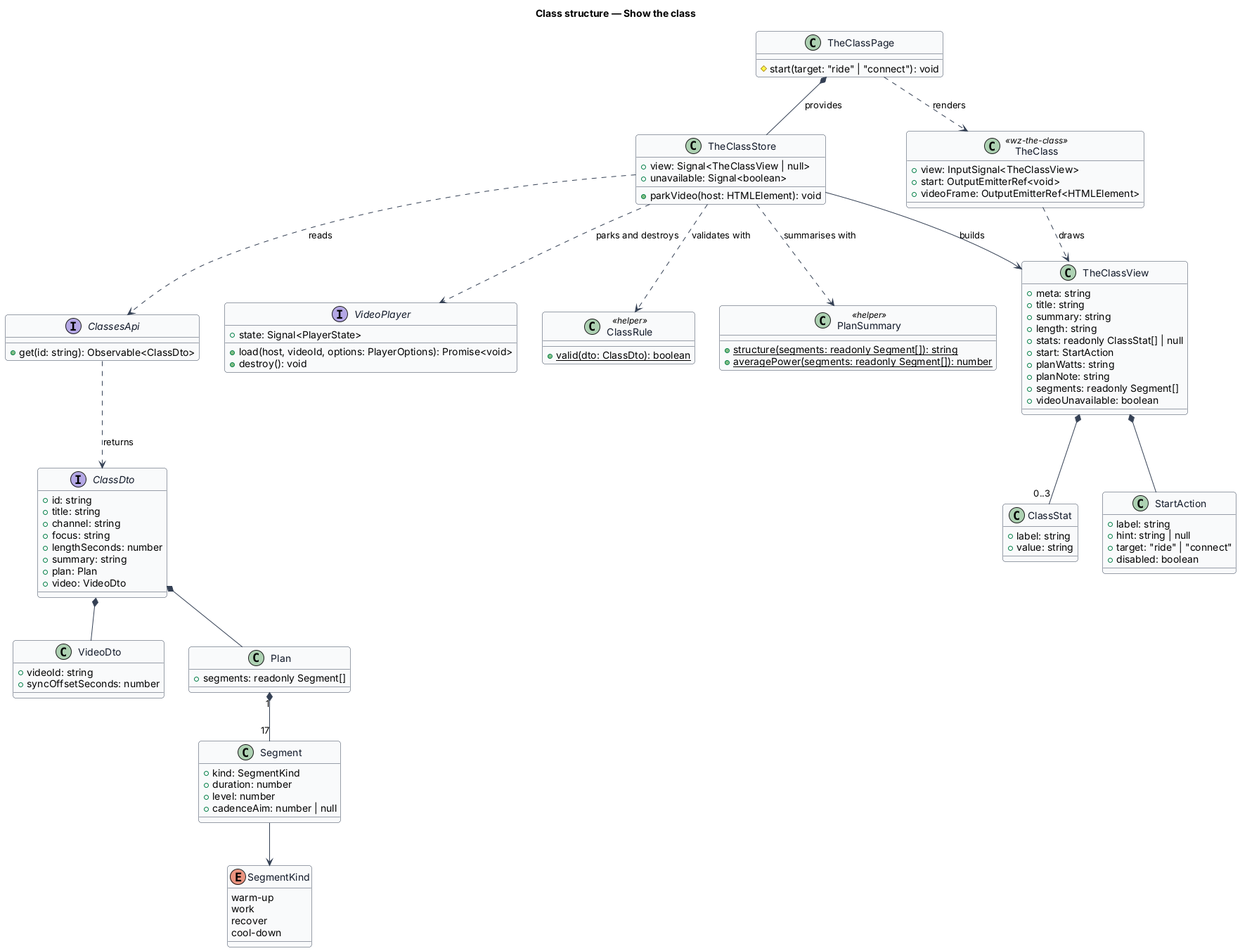
The PlantUML diagram docs/detailed-designs/the-class/show-the-class/diagrams/class-structure.png in QuinntyneBrown/ride-one, before a commit.
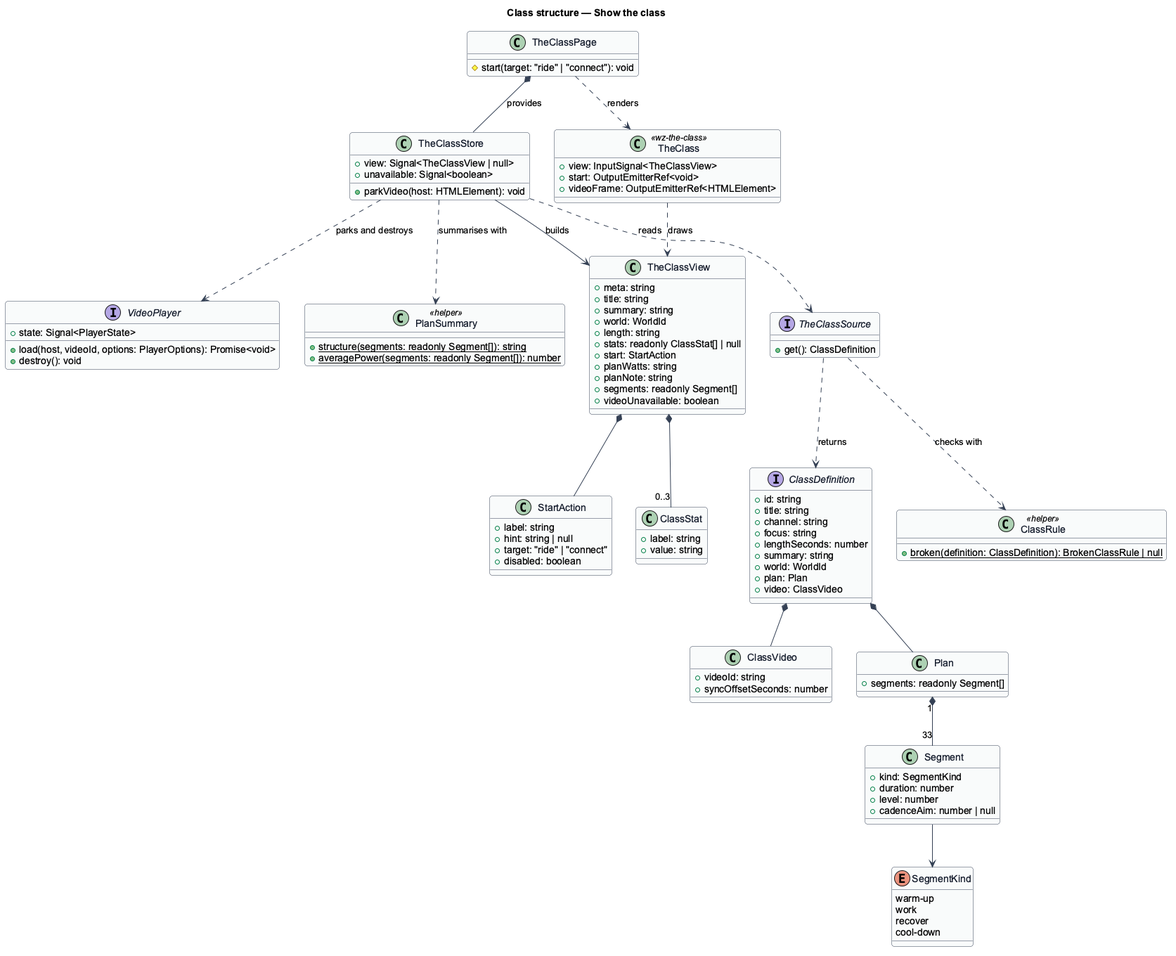
After the commit.

Diff of the diagram source:
```diff
@@ -11,17 +11,18 @@
 }
 title Class structure — Show the class
 
-interface ClassDto {
+interface ClassDefinition {
   +id: string
   +title: string
   +channel: string
   +focus: string
   +lengthSeconds: number
   +summary: string
+  +world: WorldId
   +plan: Plan
-  +video: VideoDto
+  +video: ClassVideo
 }
-class VideoDto {
+class ClassVideo {
   +videoId: string
   +syncOffsetSeconds: number
 }
@@ -40,11 +41,11 @@
   recover
   cool-down
 }
-interface ClassesApi {
-  +get(id: string): Observable<ClassDto>
+interface TheClassSource {
+  +get(): ClassDefinition
 }
 class ClassRule <<helper>> {
-  +{static} valid(dto: ClassDto): boolean
+  +{static} broken(definition: ClassDefinition): BrokenClassRule | null
 }
 class PlanSummary <<helper>> {
   +{static} structure(segments: readonly Segment[]): string
@@ -59,6 +60,7 @@
   +meta: string
   +title: string
   +summary: string
+  +world: WorldId
   +length: string
   +stats: readonly ClassStat[] | null
   +start: StartAction
@@ -91,13 +93,13 @@
   +destroy(): void
 }
 
-ClassesApi ..> ClassDto : returns
-ClassDto *-- Plan
-ClassDto *-- VideoDto
-Plan "1" *-- "17" Segment
+TheClassSource ..> ClassDefinition : returns
+TheClassSource ..> ClassRule : checks with
+ClassDefinition *-- Plan
+ClassDefinition *-- ClassVideo
+Plan "1" *-- "33" Segment
 Segment --> SegmentKind
-TheClassStore ..> ClassesApi : reads
-TheClassStore ..> ClassRule : validates with
+TheClassStore ..> TheClassSource : reads
 TheClassStore ..> PlanSummary : summarises with
 TheClassStore --> TheClassView : builds
 TheClassStore ..> VideoPlayer : parks and destroys
```
